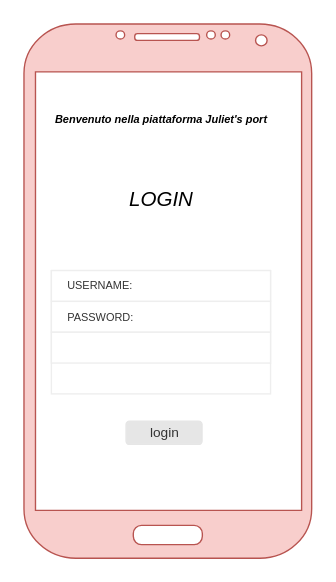
This is page "LOGIN" (3 of 4) of WIREFRAME/Untitled Diagram.drawio from giuliacangani02/EsameGiulia2021, a draw.io file, before an edit. Source tidied: cells renumbered, new cells numbered last; positions are measured from the earlier drawing's top-left corner, leaving out a move shared by most shapes. Both pictures are drawn from the tidied source at 137%, with x=0, y=0 at pixel (23, 23). Pictures stored in the file or linked from it are replaced by grey dashed boxes.
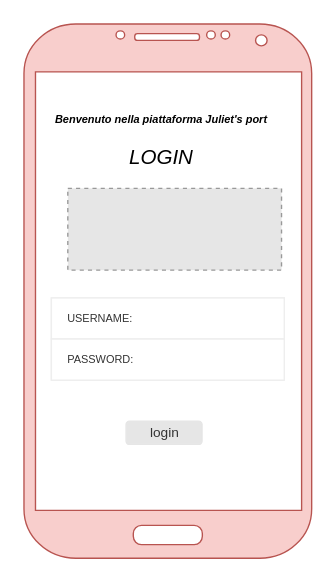
Above is the later version.

What changed in the source:
```diff
@@
 <mxGraphModel>
   <root>
     <mxCell id="0" />
     <mxCell id="1" parent="0" />
     <mxCell id="2" style="verticalLabelPosition=bottom;verticalAlign=top;html=1;shadow=0;dashed=0;strokeWidth=1;shape=mxgraph.android.phone2;strokeColor=#b85450;fillColor=#f8cecc;" parent="1" vertex="1">
       <mxGeometry width="210" height="390" as="geometry" />
     </mxCell>
     <mxCell id="3" value="login" style="rounded=1;html=1;shadow=0;dashed=0;whiteSpace=wrap;fontSize=10;fillColor=#E6E6E6;align=center;strokeColor=#E6E6E6;fontColor=#333333;" parent="1" vertex="1">
       <mxGeometry x="74.5" y="290" width="55.5" height="16.9" as="geometry" />
     </mxCell>
     <mxCell id="4" value="&lt;font style=&quot;font-size: 22px&quot;&gt;&lt;span style=&quot;font-size: 8px&quot;&gt;&lt;i&gt;Benvenuto nella piattaforma Juliet's port&lt;/i&gt;&lt;/span&gt;&lt;/font&gt;" style="text;html=1;fontSize=24;fontStyle=1;verticalAlign=middle;align=center;" parent="1" vertex="1">
       <mxGeometry x="32" y="40" width="136" height="50" as="geometry" />
     </mxCell>
     <mxCell id="5" style="strokeWidth=1;html=1;shadow=0;dashed=0;shape=mxgraph.android.rrect;rSize=0;strokeColor=#eeeeee;fillColor=#ffffff;gradientColor=none;" parent="1" vertex="1">
-      <mxGeometry x="20" y="180" width="160" height="90" as="geometry" />
+      <mxGeometry x="20" y="200" width="170" height="60" as="geometry" />
     </mxCell>
     <mxCell id="6" value="USERNAME:" style="strokeColor=inherit;fillColor=inherit;gradientColor=inherit;strokeWidth=1;html=1;shadow=0;dashed=0;shape=mxgraph.android.rrect;rSize=0;align=left;spacingLeft=10;fontSize=8;fontColor=#333333;" parent="5" vertex="1">
-      <mxGeometry width="160" height="22.5" as="geometry" />
+      <mxGeometry width="170" height="30" as="geometry" />
     </mxCell>
     <mxCell id="7" value="PASSWORD:" style="strokeColor=inherit;fillColor=inherit;gradientColor=inherit;strokeWidth=1;html=1;shadow=0;dashed=0;shape=mxgraph.android.rrect;rSize=0;align=left;spacingLeft=10;fontSize=8;fontColor=#333333;" parent="5" vertex="1">
-      <mxGeometry y="22.5" width="160" height="22.5" as="geometry" />
+      <mxGeometry y="30" width="170" height="30" as="geometry" />
     </mxCell>
-    <mxCell id="8" style="strokeColor=inherit;fillColor=inherit;gradientColor=inherit;strokeWidth=1;html=1;shadow=0;dashed=0;shape=mxgraph.android.rrect;rSize=0;align=left;spacingLeft=10;fontSize=8;fontColor=#333333;" parent="5" vertex="1">
-      <mxGeometry y="45" width="160" height="22.5" as="geometry" />
-    </mxCell>
     <mxCell id="9" value="&lt;font size=&quot;1&quot;&gt;&lt;i style=&quot;font-weight: normal ; font-size: 15px&quot;&gt;LOGIN&lt;/i&gt;&lt;/font&gt;" style="text;strokeColor=none;fillColor=none;html=1;fontSize=24;fontStyle=1;verticalAlign=middle;align=center;" parent="1" vertex="1">
-      <mxGeometry x="50" y="110" width="100" height="30" as="geometry" />
+      <mxGeometry x="50" y="80" width="100" height="30" as="geometry" />
     </mxCell>
+    <mxCell id="10" style="fillColor=#E6E6E6;strokeColor=#999999;dashed=1;verticalLabelPosition=bottom;labelBackgroundColor=#ffffff;verticalAlign=top;" parent="1" vertex="1">
+      <mxGeometry x="32" y="120" width="156" height="59.7" as="geometry" />
+    </mxCell>
   </root>
 </mxGraphModel>
```
